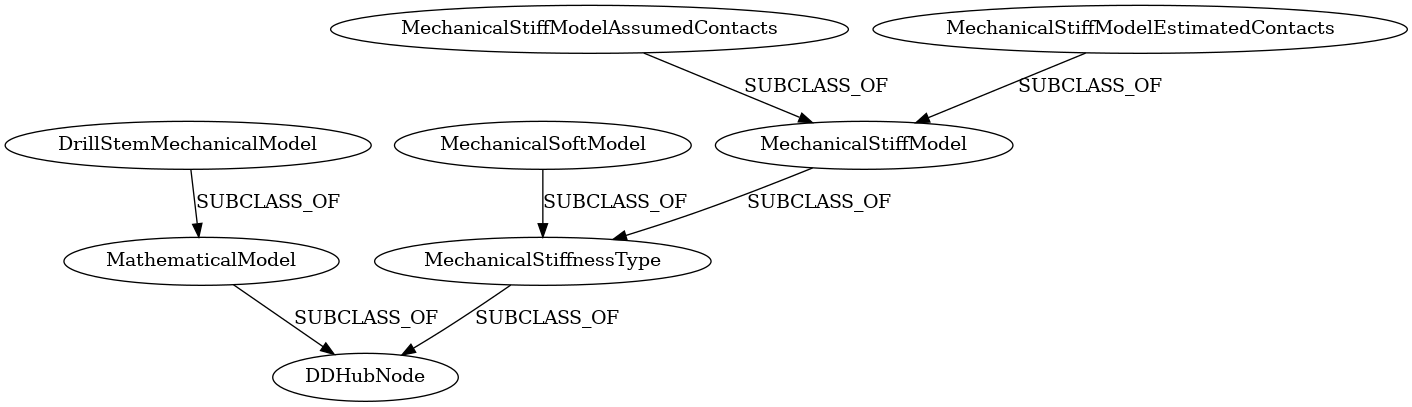
This is docs/vocabulary_development/diagrams/generated/MechanicalModel.png from D-WIS/DDHub-Semantic-Interoperability, a Graphviz export, as it was before one commit. Its source is kept beside it as docs/vocabulary_development/dotfiles/MechanicalModel.dot. Source of this version:
```dot
strict digraph  {
MechanicalStiffnessType;
DDHubNode;
MechanicalSoftModel;
MathematicalModel;
MechanicalStiffModelAssumedContacts;
MechanicalStiffModelEstimatedContacts;
MechanicalStiffModel;
DrillStemMechanicalModel;
MechanicalStiffnessType -> DDHubNode  [label=SUBCLASS_OF];
MechanicalSoftModel -> MechanicalStiffnessType  [label=SUBCLASS_OF];
MathematicalModel -> DDHubNode  [label=SUBCLASS_OF];
MechanicalStiffModelAssumedContacts -> MechanicalStiffModel  [label=SUBCLASS_OF];
MechanicalStiffModelEstimatedContacts -> MechanicalStiffModel  [label=SUBCLASS_OF];
MechanicalStiffModel -> MechanicalStiffnessType  [label=SUBCLASS_OF];
DrillStemMechanicalModel -> MathematicalModel  [label=SUBCLASS_OF];
}
```
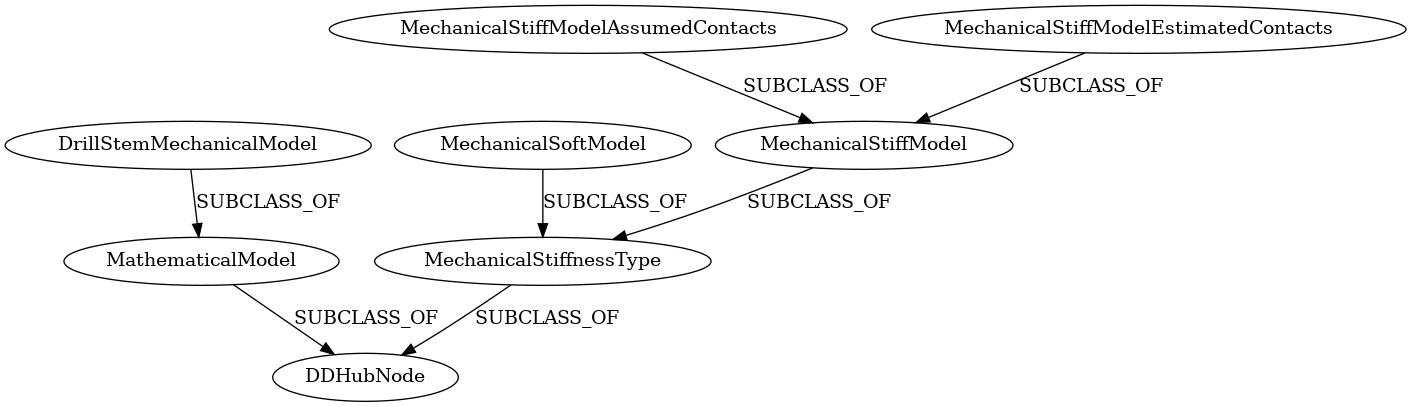
After the commit.

Diff of the diagram source:
```diff
@@ -1,17 +1,17 @@
 strict digraph  {
+MechanicalStiffModel;
+MechanicalStiffModelAssumedContacts;
+DrillStemMechanicalModel;
+MechanicalStiffModelEstimatedContacts;
+DDHubNode;
+MathematicalModel;
 MechanicalStiffnessType;
-DDHubNode;
 MechanicalSoftModel;
-MathematicalModel;
-MechanicalStiffModelAssumedContacts;
-MechanicalStiffModelEstimatedContacts;
-MechanicalStiffModel;
-DrillStemMechanicalModel;
+MechanicalStiffModel -> MechanicalStiffnessType  [label=SUBCLASS_OF];
+MechanicalStiffModelAssumedContacts -> MechanicalStiffModel  [label=SUBCLASS_OF];
+DrillStemMechanicalModel -> MathematicalModel  [label=SUBCLASS_OF];
+MechanicalStiffModelEstimatedContacts -> MechanicalStiffModel  [label=SUBCLASS_OF];
+MathematicalModel -> DDHubNode  [label=SUBCLASS_OF];
 MechanicalStiffnessType -> DDHubNode  [label=SUBCLASS_OF];
 MechanicalSoftModel -> MechanicalStiffnessType  [label=SUBCLASS_OF];
-MathematicalModel -> DDHubNode  [label=SUBCLASS_OF];
-MechanicalStiffModelAssumedContacts -> MechanicalStiffModel  [label=SUBCLASS_OF];
-MechanicalStiffModelEstimatedContacts -> MechanicalStiffModel  [label=SUBCLASS_OF];
-MechanicalStiffModel -> MechanicalStiffnessType  [label=SUBCLASS_OF];
-DrillStemMechanicalModel -> MathematicalModel  [label=SUBCLASS_OF];
 }
```
